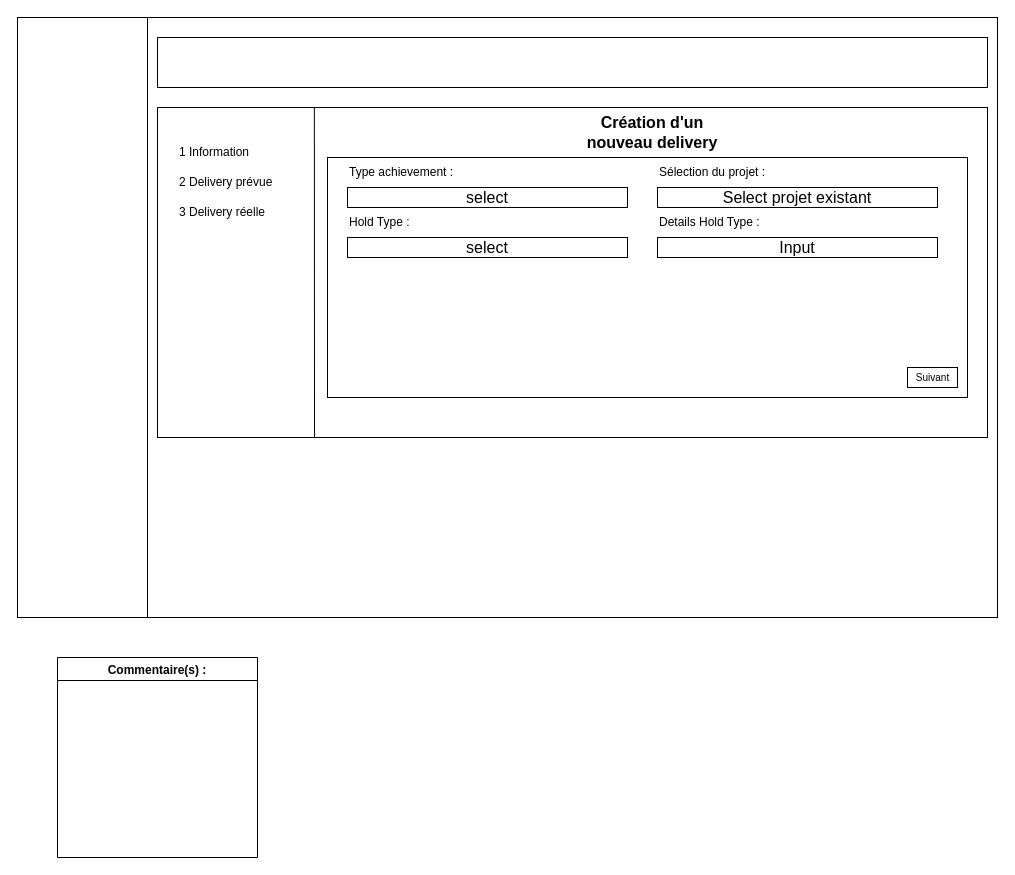
Earlier version of the draw.io diagram page "Ajout delivery form page 1" (3 of 11) of Untitled Diagram.drawio (Xurama/Test). Source tidied: cells renumbered, new cells numbered last; positions are measured from the earlier drawing's top-left corner, leaving out a move shared by most shapes. Both pictures are drawn from the tidied source at 100%, with x=0, y=0 at pixel (17, 17).
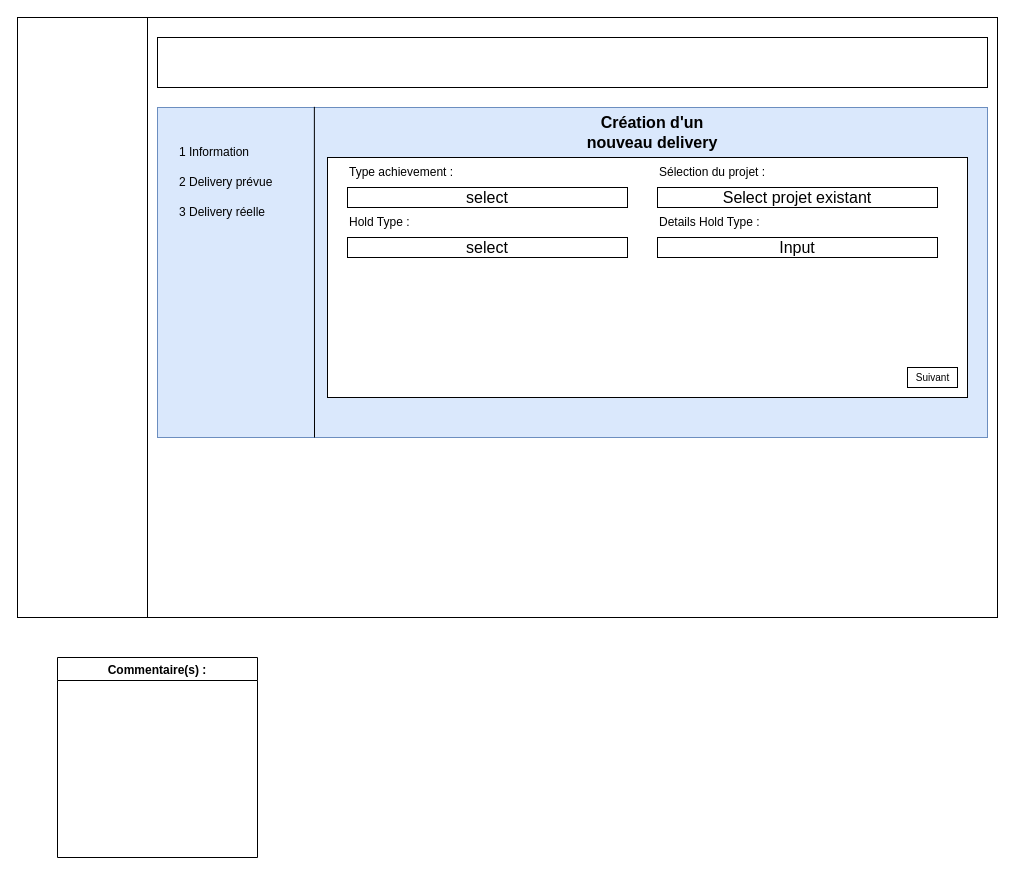
After the change.

Diff of the diagram source:
```diff
@@
-    <mxCell id="5" style="rounded=0;whiteSpace=wrap;html=1;" parent="1" vertex="1">
+    <mxCell id="5" style="rounded=0;whiteSpace=wrap;html=1;fillColor=#dae8fc;strokeColor=#6c8ebf;" parent="1" vertex="1">
       <mxGeometry x="140" y="90" width="830" height="330" as="geometry" />
     </mxCell>
```
